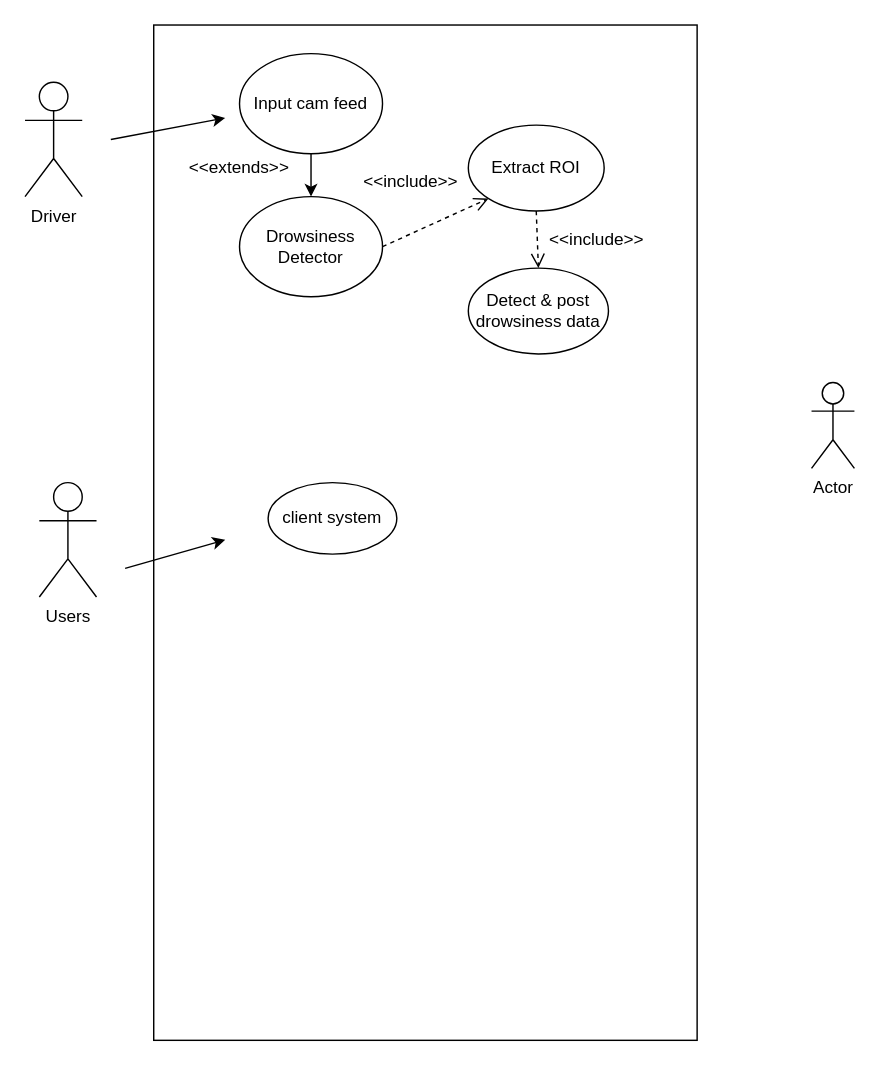
Above: UseCAse.drawio in jonamadk/DrawIO (draw.io), before the change. Source tidied: cells renumbered, new cells numbered last; positions are measured from the earlier drawing's top-left corner, leaving out a move shared by most shapes. Both pictures are drawn from the tidied source at 143%, with x=0, y=0 at pixel (24, 24).
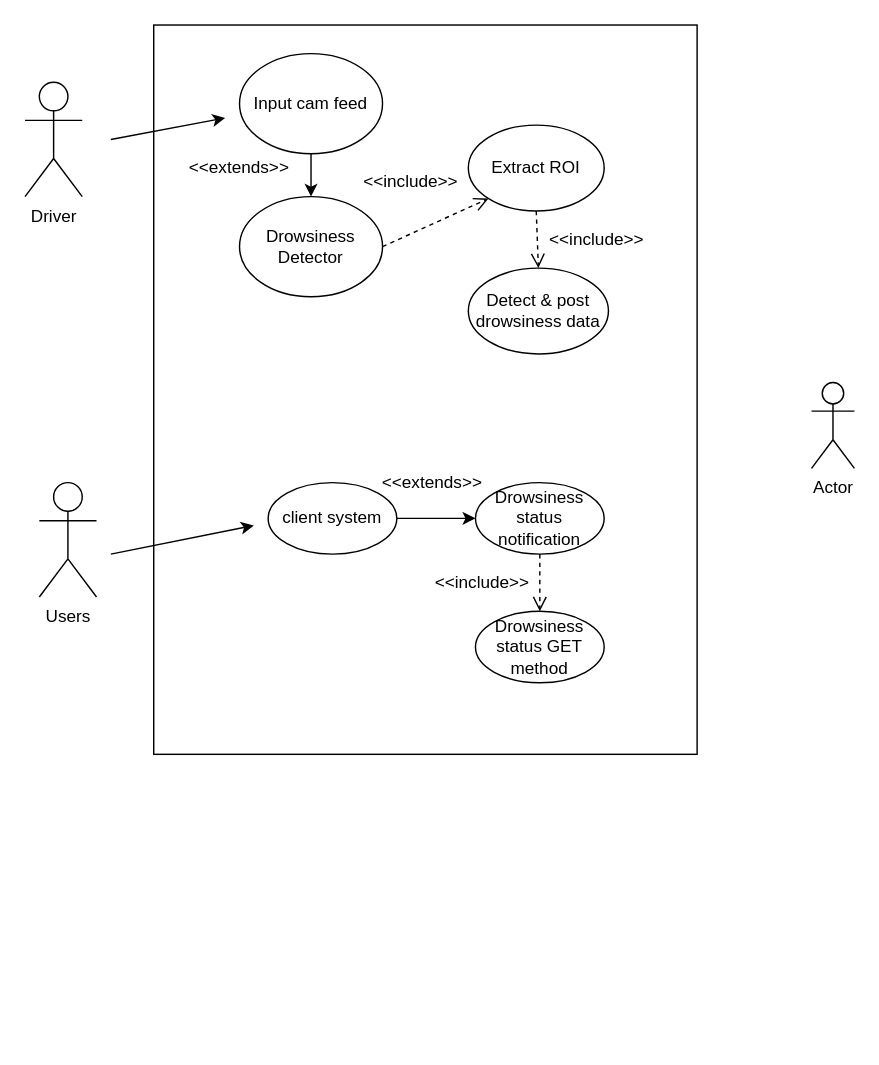
After the change.

The change refers to these unchanged cells:
```xml
<mxCell id="16" value="client system" style="ellipse;whiteSpace=wrap;html=1;rounded=0;sketch=0;" parent="1" vertex="1">
  <mxGeometry x="170" y="320" width="90" height="50" as="geometry" />
</mxCell>
```

Change to the diagram source:
```diff
@@
     <mxCell id="2" style="whiteSpace=wrap;html=1;" parent="1" vertex="1">
-      <mxGeometry x="90" width="380" height="710" as="geometry" />
+      <mxGeometry x="90" width="380" height="510" as="geometry" />
     </mxCell>
@@
-    <mxCell id="18" style="endArrow=classic;html=1;" parent="1" edge="1">
-      <mxGeometry relative="1" as="geometry">
-        <mxPoint x="70" y="380" as="sourcePoint" />
-        <mxPoint x="140" y="360" as="targetPoint" />
-      </mxGeometry>
-    </mxCell>
+    <mxCell id="19" style="endArrow=classic;html=1;" parent="1" edge="1">
+      <mxGeometry relative="1" as="geometry">
+        <mxPoint x="60" y="370" as="sourcePoint" />
+        <mxPoint x="160" y="350" as="targetPoint" />
+      </mxGeometry>
+    </mxCell>
+    <mxCell id="20" value="Drowsiness status notification" style="ellipse;whiteSpace=wrap;html=1;rounded=0;sketch=0;" parent="1" vertex="1">
+      <mxGeometry x="315" y="320" width="90" height="50" as="geometry" />
+    </mxCell>
+    <mxCell id="21" style="endArrow=classic;html=1;entryX=0;entryY=0.5;entryDx=0;entryDy=0;exitX=1;exitY=0.5;exitDx=0;exitDy=0;" parent="1" edge="1" source="16" target="20">
+      <mxGeometry relative="1" as="geometry" />
+    </mxCell>
+    <mxCell id="22" value="&amp;lt;&amp;lt;extends&amp;gt;&amp;gt;" style="text;html=1;strokeColor=none;fillColor=none;align=center;verticalAlign=middle;whiteSpace=wrap;" parent="1" vertex="1">
+      <mxGeometry x="265" y="280" width="40" height="80" as="geometry" />
+    </mxCell>
+    <mxCell id="23" value="Drowsiness status GET method" style="ellipse;whiteSpace=wrap;html=1;rounded=0;sketch=0;" parent="1" vertex="1">
+      <mxGeometry x="315" y="410" width="90" height="50" as="geometry" />
+    </mxCell>
+    <mxCell id="24" value="&lt;br&gt;" style="html=1;verticalAlign=bottom;endArrow=open;dashed=1;endSize=8;entryX=0.5;entryY=0;entryDx=0;entryDy=0;exitX=0.5;exitY=1;exitDx=0;exitDy=0;" parent="1" edge="1" source="20" target="23">
+      <mxGeometry relative="1" as="geometry" />
+    </mxCell>
+    <mxCell id="25" value="&amp;lt;&amp;lt;include&amp;gt;&amp;gt;" style="text;html=1;strokeColor=none;fillColor=none;align=center;verticalAlign=middle;whiteSpace=wrap;rounded=0;sketch=0;" parent="1" vertex="1">
+      <mxGeometry x="300" y="380" width="40" height="20" as="geometry" />
+    </mxCell>
```
